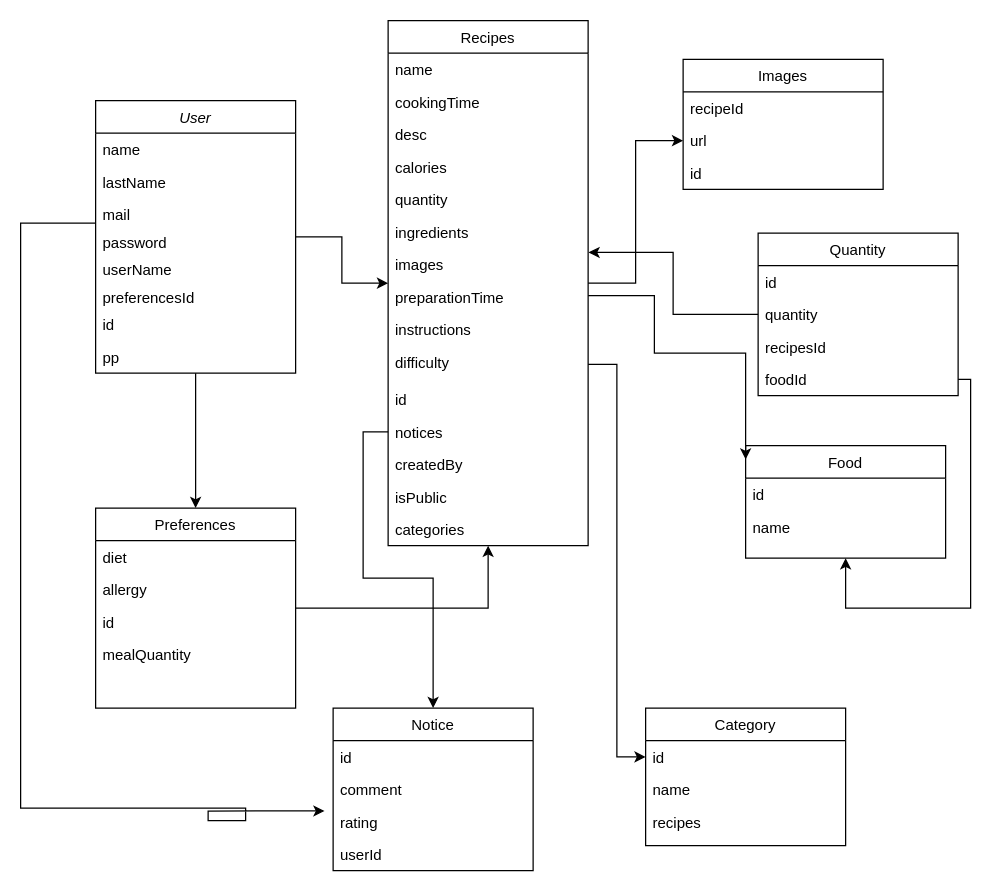
inesbrm69/Cookify keeps this draw.io diagram as Cookify.drawio. Above is the earlier version. Source tidied: cells renumbered, new cells numbered last; positions are measured from the earlier drawing's top-left corner, leaving out a move shared by most shapes. Both pictures are drawn from the tidied source at 125%, with x=0, y=0 at pixel (20, 20).
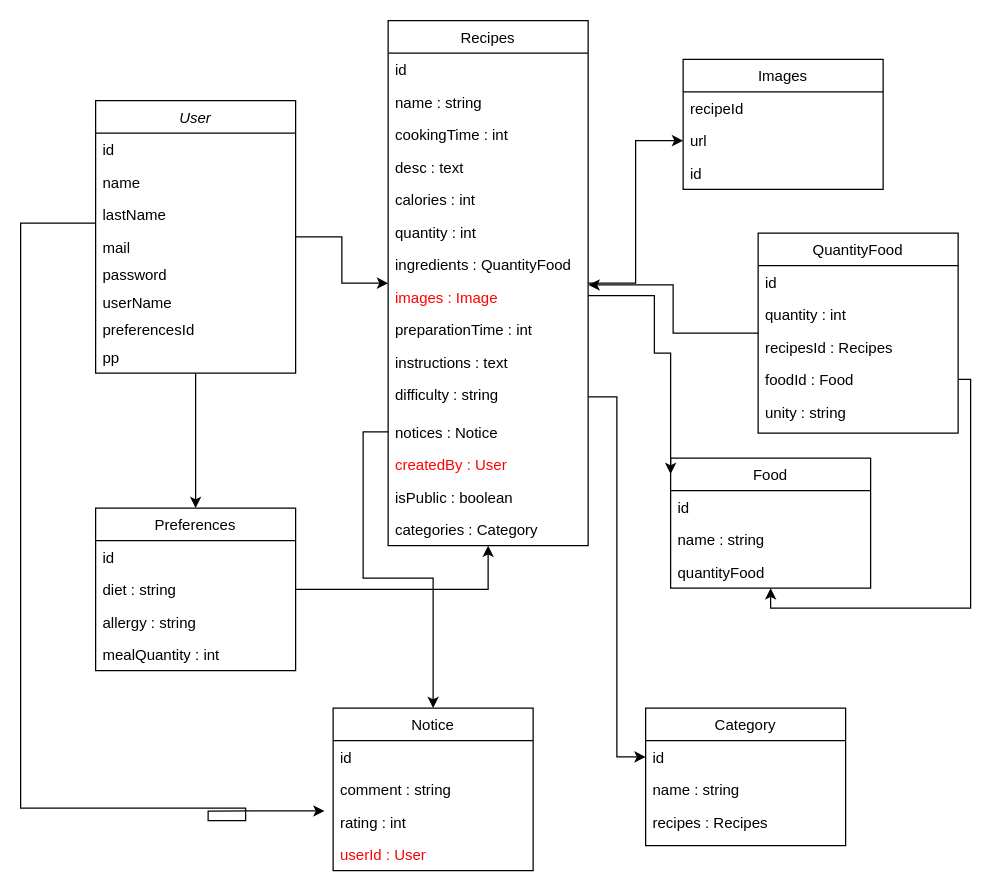
The same diagram, later.

Commit message:
Mettre à jour Cookify.drawio

Unchanged cells that the change refers to:
```xml
<mxCell id="4" value="User" style="swimlane;fontStyle=2;align=center;verticalAlign=top;horizontal=1;startSize=26;rounded=0;shadow=0;strokeWidth=1;" parent="1" vertex="1">
  <mxGeometry x="60" y="64" width="160" height="218" as="geometry" />
</mxCell>
<mxCell id="13" value="Recipes" style="swimlane;fontStyle=0;align=center;verticalAlign=top;horizontal=1;startSize=26;rounded=0;shadow=0;strokeWidth=1;" parent="1" vertex="1">
  <mxGeometry x="294" width="160" height="420" as="geometry" />
</mxCell>
<mxCell id="44" value="Notice" style="swimlane;fontStyle=0;align=center;verticalAlign=top;horizontal=1;startSize=26;rounded=0;shadow=0;strokeWidth=1;" parent="1" vertex="1">
  <mxGeometry x="250" y="550" width="160" height="130" as="geometry" />
</mxCell>
<mxCell id="51" value="Category" style="swimlane;fontStyle=0;align=center;verticalAlign=top;horizontal=1;startSize=26;rounded=0;shadow=0;strokeWidth=1;" parent="1" vertex="1">
  <mxGeometry x="500" y="550" width="160" height="110" as="geometry" />
</mxCell>
```

Diff of the diagram source:
```diff
@@
+    <mxCell id="11" value="id" style="text;align=left;verticalAlign=top;spacingLeft=4;spacingRight=4;overflow=hidden;rounded=0;shadow=0;html=0;" parent="4" vertex="1">
+      <mxGeometry y="26" width="160" height="26" as="geometry" />
+    </mxCell>
     <mxCell id="5" value="name" style="text;align=left;verticalAlign=top;spacingLeft=4;spacingRight=4;overflow=hidden;" parent="4" vertex="1">
-      <mxGeometry y="26" width="160" height="26" as="geometry" />
+      <mxGeometry y="52" width="160" height="26" as="geometry" />
     </mxCell>
     <mxCell id="6" value="lastName" style="text;align=left;verticalAlign=top;spacingLeft=4;spacingRight=4;overflow=hidden;rounded=0;shadow=0;html=0;" parent="4" vertex="1">
-      <mxGeometry y="52" width="160" height="26" as="geometry" />
+      <mxGeometry y="78" width="160" height="26" as="geometry" />
     </mxCell>
     <mxCell id="7" value="mail" style="text;align=left;verticalAlign=top;spacingLeft=4;spacingRight=4;overflow=hidden;rounded=0;shadow=0;html=0;" parent="4" vertex="1">
-      <mxGeometry y="78" width="160" height="22" as="geometry" />
+      <mxGeometry y="104" width="160" height="22" as="geometry" />
     </mxCell>
     <mxCell id="8" value="password" style="text;align=left;verticalAlign=top;spacingLeft=4;spacingRight=4;overflow=hidden;" parent="4" vertex="1">
-      <mxGeometry y="100" width="160" height="22" as="geometry" />
+      <mxGeometry y="126" width="160" height="22" as="geometry" />
     </mxCell>
     <mxCell id="9" value="userName" style="text;align=left;verticalAlign=top;spacingLeft=4;spacingRight=4;overflow=hidden;" parent="4" vertex="1">
-      <mxGeometry y="122" width="160" height="22" as="geometry" />
+      <mxGeometry y="148" width="160" height="22" as="geometry" />
     </mxCell>
     <mxCell id="10" value="preferencesId" style="text;align=left;verticalAlign=top;spacingLeft=4;spacingRight=4;overflow=hidden;" parent="4" vertex="1">
-      <mxGeometry y="144" width="160" height="22" as="geometry" />
+      <mxGeometry y="170" width="160" height="22" as="geometry" />
     </mxCell>
-    <mxCell id="11" value="id" style="text;align=left;verticalAlign=top;spacingLeft=4;spacingRight=4;overflow=hidden;rounded=0;shadow=0;html=0;" parent="4" vertex="1">
-      <mxGeometry y="166" width="160" height="26" as="geometry" />
-    </mxCell>
@@
+    <mxCell id="24" value="id" style="text;align=left;verticalAlign=top;spacingLeft=4;spacingRight=4;overflow=hidden;rounded=0;shadow=0;html=0;" parent="13" vertex="1">
+      <mxGeometry y="26" width="160" height="26" as="geometry" />
+    </mxCell>
-    <mxCell id="14" value="name" style="text;align=left;verticalAlign=top;spacingLeft=4;spacingRight=4;overflow=hidden;" parent="13" vertex="1">
-      <mxGeometry y="26" width="160" height="26" as="geometry" />
+    <mxCell id="14" value="name : string" style="text;align=left;verticalAlign=top;spacingLeft=4;spacingRight=4;overflow=hidden;" parent="13" vertex="1">
+      <mxGeometry y="52" width="160" height="26" as="geometry" />
     </mxCell>
-    <mxCell id="15" value="cookingTime" style="text;align=left;verticalAlign=top;spacingLeft=4;spacingRight=4;overflow=hidden;rounded=0;shadow=0;html=0;" parent="13" vertex="1">
-      <mxGeometry y="52" width="160" height="26" as="geometry" />
+    <mxCell id="15" value="cookingTime : int" style="text;align=left;verticalAlign=top;spacingLeft=4;spacingRight=4;overflow=hidden;rounded=0;shadow=0;html=0;" parent="13" vertex="1">
+      <mxGeometry y="78" width="160" height="26" as="geometry" />
     </mxCell>
-    <mxCell id="16" value="desc" style="text;align=left;verticalAlign=top;spacingLeft=4;spacingRight=4;overflow=hidden;rounded=0;shadow=0;html=0;" parent="13" vertex="1">
-      <mxGeometry y="78" width="160" height="26" as="geometry" />
+    <mxCell id="16" value="desc : text" style="text;align=left;verticalAlign=top;spacingLeft=4;spacingRight=4;overflow=hidden;rounded=0;shadow=0;html=0;" parent="13" vertex="1">
+      <mxGeometry y="104" width="160" height="26" as="geometry" />
     </mxCell>
-    <mxCell id="17" value="calories" style="text;align=left;verticalAlign=top;spacingLeft=4;spacingRight=4;overflow=hidden;rounded=0;shadow=0;html=0;" parent="13" vertex="1">
-      <mxGeometry y="104" width="160" height="26" as="geometry" />
+    <mxCell id="17" value="calories : int" style="text;align=left;verticalAlign=top;spacingLeft=4;spacingRight=4;overflow=hidden;rounded=0;shadow=0;html=0;" parent="13" vertex="1">
+      <mxGeometry y="130" width="160" height="26" as="geometry" />
     </mxCell>
-    <mxCell id="18" value="quantity" style="text;align=left;verticalAlign=top;spacingLeft=4;spacingRight=4;overflow=hidden;rounded=0;shadow=0;html=0;" parent="13" vertex="1">
-      <mxGeometry y="130" width="160" height="26" as="geometry" />
+    <mxCell id="18" value="quantity : int" style="text;align=left;verticalAlign=top;spacingLeft=4;spacingRight=4;overflow=hidden;rounded=0;shadow=0;html=0;" parent="13" vertex="1">
+      <mxGeometry y="156" width="160" height="26" as="geometry" />
     </mxCell>
-    <mxCell id="19" value="ingredients" style="text;align=left;verticalAlign=top;spacingLeft=4;spacingRight=4;overflow=hidden;rounded=0;shadow=0;html=0;" parent="13" vertex="1">
-      <mxGeometry y="156" width="160" height="26" as="geometry" />
+    <mxCell id="19" value="ingredients : QuantityFood" style="text;align=left;verticalAlign=top;spacingLeft=4;spacingRight=4;overflow=hidden;rounded=0;shadow=0;html=0;fontColor=light-dark(#000000, #ff8c83);" parent="13" vertex="1">
+      <mxGeometry y="182" width="160" height="26" as="geometry" />
     </mxCell>
-    <mxCell id="20" value="images" style="text;align=left;verticalAlign=top;spacingLeft=4;spacingRight=4;overflow=hidden;points=[[0,0.5],[1,0.5]];portConstraint=eastwest;rounded=0;shadow=0;html=0;" parent="13" vertex="1">
-      <mxGeometry y="182" width="160" height="26" as="geometry" />
+    <mxCell id="20" value="images : Image" style="text;align=left;verticalAlign=top;spacingLeft=4;spacingRight=4;overflow=hidden;points=[[0,0.5],[1,0.5]];portConstraint=eastwest;rounded=0;shadow=0;html=0;fontColor=#FF0000;" parent="13" vertex="1">
+      <mxGeometry y="208" width="160" height="26" as="geometry" />
     </mxCell>
-    <mxCell id="21" value="preparationTime" style="text;align=left;verticalAlign=top;spacingLeft=4;spacingRight=4;overflow=hidden;rounded=0;shadow=0;html=0;" parent="13" vertex="1">
-      <mxGeometry y="208" width="160" height="26" as="geometry" />
+    <mxCell id="21" value="preparationTime : int" style="text;align=left;verticalAlign=top;spacingLeft=4;spacingRight=4;overflow=hidden;rounded=0;shadow=0;html=0;" parent="13" vertex="1">
+      <mxGeometry y="234" width="160" height="26" as="geometry" />
     </mxCell>
-    <mxCell id="22" value="instructions" style="text;align=left;verticalAlign=top;spacingLeft=4;spacingRight=4;overflow=hidden;rounded=0;shadow=0;html=0;" parent="13" vertex="1">
-      <mxGeometry y="234" width="160" height="26" as="geometry" />
+    <mxCell id="22" value="instructions : text" style="text;align=left;verticalAlign=top;spacingLeft=4;spacingRight=4;overflow=hidden;rounded=0;shadow=0;html=0;" parent="13" vertex="1">
+      <mxGeometry y="260" width="160" height="26" as="geometry" />
     </mxCell>
-    <mxCell id="23" value="difficulty" style="text;align=left;verticalAlign=top;spacingLeft=4;spacingRight=4;overflow=hidden;points=[[0,0.5],[1,0.5]];portConstraint=eastwest;rounded=0;shadow=0;html=0;" parent="13" vertex="1">
-      <mxGeometry y="260" width="160" height="30" as="geometry" />
+    <mxCell id="23" value="difficulty : string" style="text;align=left;verticalAlign=top;spacingLeft=4;spacingRight=4;overflow=hidden;points=[[0,0.5],[1,0.5]];portConstraint=eastwest;rounded=0;shadow=0;html=0;" parent="13" vertex="1">
+      <mxGeometry y="286" width="160" height="30" as="geometry" />
     </mxCell>
-    <mxCell id="24" value="id" style="text;align=left;verticalAlign=top;spacingLeft=4;spacingRight=4;overflow=hidden;rounded=0;shadow=0;html=0;" parent="13" vertex="1">
-      <mxGeometry y="290" width="160" height="26" as="geometry" />
-    </mxCell>
-    <mxCell id="25" value="notices" style="text;align=left;verticalAlign=top;spacingLeft=4;spacingRight=4;overflow=hidden;points=[[0,0.5],[1,0.5]];portConstraint=eastwest;rounded=0;shadow=0;html=0;" parent="13" vertex="1">
+    <mxCell id="25" value="notices : Notice" style="text;align=left;verticalAlign=top;spacingLeft=4;spacingRight=4;overflow=hidden;points=[[0,0.5],[1,0.5]];portConstraint=eastwest;rounded=0;shadow=0;html=0;fontColor=light-dark(#000000, #ff9090);" parent="13" vertex="1">
       <mxGeometry y="316" width="160" height="26" as="geometry" />
     </mxCell>
-    <mxCell id="26" value="createdBy" style="text;align=left;verticalAlign=top;spacingLeft=4;spacingRight=4;overflow=hidden;rounded=0;shadow=0;html=0;" parent="13" vertex="1">
+    <mxCell id="26" value="createdBy : User" style="text;align=left;verticalAlign=top;spacingLeft=4;spacingRight=4;overflow=hidden;rounded=0;shadow=0;html=0;fontColor=#FF0000;" parent="13" vertex="1">
       <mxGeometry y="342" width="160" height="26" as="geometry" />
     </mxCell>
-    <mxCell id="27" value="isPublic" style="text;align=left;verticalAlign=top;spacingLeft=4;spacingRight=4;overflow=hidden;rounded=0;shadow=0;html=0;" parent="13" vertex="1">
+    <mxCell id="27" value="isPublic : boolean" style="text;align=left;verticalAlign=top;spacingLeft=4;spacingRight=4;overflow=hidden;rounded=0;shadow=0;html=0;" parent="13" vertex="1">
       <mxGeometry y="368" width="160" height="26" as="geometry" />
     </mxCell>
-    <mxCell id="28" value="categories" style="text;align=left;verticalAlign=top;spacingLeft=4;spacingRight=4;overflow=hidden;rounded=0;shadow=0;html=0;" parent="13" vertex="1">
+    <mxCell id="28" value="categories : Category" style="text;align=left;verticalAlign=top;spacingLeft=4;spacingRight=4;overflow=hidden;rounded=0;shadow=0;html=0;fontColor=light-dark(#000000,#FF8C83);" parent="13" vertex="1">
       <mxGeometry y="394" width="160" height="26" as="geometry" />
     </mxCell>
@@
     <mxCell id="30" value="Preferences" style="swimlane;fontStyle=0;align=center;verticalAlign=top;horizontal=1;startSize=26;rounded=0;shadow=0;strokeWidth=1;" parent="1" vertex="1">
-      <mxGeometry x="60" y="390" width="160" height="160" as="geometry" />
+      <mxGeometry x="60" y="390" width="160" height="130" as="geometry" />
     </mxCell>
+    <mxCell id="33" value="id" style="text;align=left;verticalAlign=top;spacingLeft=4;spacingRight=4;overflow=hidden;rounded=0;shadow=0;html=0;" parent="30" vertex="1">
+      <mxGeometry y="26" width="160" height="26" as="geometry" />
+    </mxCell>
-    <mxCell id="31" value="diet" style="text;align=left;verticalAlign=top;spacingLeft=4;spacingRight=4;overflow=hidden;" parent="30" vertex="1">
-      <mxGeometry y="26" width="160" height="26" as="geometry" />
+    <mxCell id="31" value="diet : string" style="text;align=left;verticalAlign=top;spacingLeft=4;spacingRight=4;overflow=hidden;" parent="30" vertex="1">
+      <mxGeometry y="52" width="160" height="26" as="geometry" />
     </mxCell>
-    <mxCell id="32" value="allergy" style="text;align=left;verticalAlign=top;spacingLeft=4;spacingRight=4;overflow=hidden;rounded=0;shadow=0;html=0;" parent="30" vertex="1">
-      <mxGeometry y="52" width="160" height="26" as="geometry" />
+    <mxCell id="32" value="allergy : string" style="text;align=left;verticalAlign=top;spacingLeft=4;spacingRight=4;overflow=hidden;rounded=0;shadow=0;html=0;" parent="30" vertex="1">
+      <mxGeometry y="78" width="160" height="26" as="geometry" />
     </mxCell>
-    <mxCell id="33" value="id" style="text;align=left;verticalAlign=top;spacingLeft=4;spacingRight=4;overflow=hidden;rounded=0;shadow=0;html=0;" parent="30" vertex="1">
-      <mxGeometry y="78" width="160" height="26" as="geometry" />
-    </mxCell>
-    <mxCell id="34" value="mealQuantity" style="text;align=left;verticalAlign=top;spacingLeft=4;spacingRight=4;overflow=hidden;rounded=0;shadow=0;html=0;" parent="30" vertex="1">
+    <mxCell id="34" value="mealQuantity : int" style="text;align=left;verticalAlign=top;spacingLeft=4;spacingRight=4;overflow=hidden;rounded=0;shadow=0;html=0;" parent="30" vertex="1">
       <mxGeometry y="104" width="160" height="26" as="geometry" />
     </mxCell>
@@
     <mxCell id="40" value="Food" style="swimlane;fontStyle=0;align=center;verticalAlign=top;horizontal=1;startSize=26;rounded=0;shadow=0;strokeWidth=1;" parent="1" vertex="1">
-      <mxGeometry x="580" y="340" width="160" height="90" as="geometry" />
+      <mxGeometry x="520" y="350" width="160" height="104" as="geometry" />
     </mxCell>
@@
-    <mxCell id="42" value="name" style="text;align=left;verticalAlign=top;spacingLeft=4;spacingRight=4;overflow=hidden;rounded=0;shadow=0;html=0;" parent="40" vertex="1">
+    <mxCell id="42" value="name : string" style="text;align=left;verticalAlign=top;spacingLeft=4;spacingRight=4;overflow=hidden;rounded=0;shadow=0;html=0;" parent="40" vertex="1">
       <mxGeometry y="52" width="160" height="26" as="geometry" />
     </mxCell>
+    <mxCell id="63" value="quantityFood" style="text;align=left;verticalAlign=top;spacingLeft=4;spacingRight=4;overflow=hidden;rounded=0;shadow=0;html=0;" parent="40" vertex="1">
+      <mxGeometry y="78" width="160" height="26" as="geometry" />
+    </mxCell>
@@
-    <mxCell id="46" value="comment" style="text;align=left;verticalAlign=top;spacingLeft=4;spacingRight=4;overflow=hidden;rounded=0;shadow=0;html=0;" parent="44" vertex="1">
+    <mxCell id="46" value="comment : string" style="text;align=left;verticalAlign=top;spacingLeft=4;spacingRight=4;overflow=hidden;rounded=0;shadow=0;html=0;" parent="44" vertex="1">
       <mxGeometry y="52" width="160" height="26" as="geometry" />
     </mxCell>
-    <mxCell id="47" value="rating" style="text;align=left;verticalAlign=top;spacingLeft=4;spacingRight=4;overflow=hidden;points=[[0,0.5],[1,0.5]];portConstraint=eastwest;rounded=0;shadow=0;html=0;" parent="44" vertex="1">
+    <mxCell id="47" value="rating : int" style="text;align=left;verticalAlign=top;spacingLeft=4;spacingRight=4;overflow=hidden;points=[[0,0.5],[1,0.5]];portConstraint=eastwest;rounded=0;shadow=0;html=0;" parent="44" vertex="1">
       <mxGeometry y="78" width="160" height="26" as="geometry" />
     </mxCell>
-    <mxCell id="48" value="userId" style="text;align=left;verticalAlign=top;spacingLeft=4;spacingRight=4;overflow=hidden;rounded=0;shadow=0;html=0;" parent="44" vertex="1">
+    <mxCell id="48" value="userId : User" style="text;align=left;verticalAlign=top;spacingLeft=4;spacingRight=4;overflow=hidden;rounded=0;shadow=0;html=0;fontColor=#FF0000;" parent="44" vertex="1">
       <mxGeometry y="104" width="160" height="26" as="geometry" />
     </mxCell>
@@
-    <mxCell id="53" value="name" style="text;align=left;verticalAlign=top;spacingLeft=4;spacingRight=4;overflow=hidden;rounded=0;shadow=0;html=0;" parent="51" vertex="1">
+    <mxCell id="53" value="name : string" style="text;align=left;verticalAlign=top;spacingLeft=4;spacingRight=4;overflow=hidden;rounded=0;shadow=0;html=0;" parent="51" vertex="1">
       <mxGeometry y="52" width="160" height="26" as="geometry" />
     </mxCell>
-    <mxCell id="54" value="recipes" style="text;align=left;verticalAlign=top;spacingLeft=4;spacingRight=4;overflow=hidden;rounded=0;shadow=0;html=0;" parent="51" vertex="1">
+    <mxCell id="54" value="recipes : Recipes" style="text;align=left;verticalAlign=top;spacingLeft=4;spacingRight=4;overflow=hidden;rounded=0;shadow=0;html=0;" parent="51" vertex="1">
       <mxGeometry y="78" width="160" height="32" as="geometry" />
     </mxCell>
@@
-    <mxCell id="56" value="Quantity" style="swimlane;fontStyle=0;align=center;verticalAlign=top;horizontal=1;startSize=26;rounded=0;shadow=0;strokeWidth=1;" parent="1" vertex="1">
-      <mxGeometry x="590" y="170" width="160" height="130" as="geometry" />
+    <mxCell id="56" value="QuantityFood" style="swimlane;fontStyle=0;align=center;verticalAlign=top;horizontal=1;startSize=26;rounded=0;shadow=0;strokeWidth=1;" parent="1" vertex="1">
+      <mxGeometry x="590" y="170" width="160" height="160" as="geometry" />
     </mxCell>
@@
-    <mxCell id="58" value="quantity" style="text;align=left;verticalAlign=top;spacingLeft=4;spacingRight=4;overflow=hidden;rounded=0;shadow=0;html=0;" parent="56" vertex="1">
+    <mxCell id="58" value="quantity : int" style="text;align=left;verticalAlign=top;spacingLeft=4;spacingRight=4;overflow=hidden;rounded=0;shadow=0;html=0;" parent="56" vertex="1">
       <mxGeometry y="52" width="160" height="26" as="geometry" />
     </mxCell>
-    <mxCell id="59" value="recipesId" style="text;align=left;verticalAlign=top;spacingLeft=4;spacingRight=4;overflow=hidden;rounded=0;shadow=0;html=0;" parent="56" vertex="1">
+    <mxCell id="59" value="recipesId : Recipes" style="text;align=left;verticalAlign=top;spacingLeft=4;spacingRight=4;overflow=hidden;rounded=0;shadow=0;html=0;" parent="56" vertex="1">
       <mxGeometry y="78" width="160" height="26" as="geometry" />
     </mxCell>
-    <mxCell id="60" value="foodId" style="text;align=left;verticalAlign=top;spacingLeft=4;spacingRight=4;overflow=hidden;points=[[0,0.5],[1,0.5]];portConstraint=eastwest;rounded=0;shadow=0;html=0;" parent="56" vertex="1">
+    <mxCell id="60" value="foodId : Food" style="text;align=left;verticalAlign=top;spacingLeft=4;spacingRight=4;overflow=hidden;points=[[0,0.5],[1,0.5]];portConstraint=eastwest;rounded=0;shadow=0;html=0;" parent="56" vertex="1">
       <mxGeometry y="104" width="160" height="26" as="geometry" />
     </mxCell>
+    <mxCell id="64" value="unity : string" style="text;align=left;verticalAlign=top;spacingLeft=4;spacingRight=4;overflow=hidden;rounded=0;shadow=0;html=0;" parent="56" vertex="1">
+      <mxGeometry y="130" width="160" height="26" as="geometry" />
+    </mxCell>
@@
     <mxCell id="62" style="edgeStyle=orthogonalEdgeStyle;rounded=0;jettySize=auto;html=1;entryX=0.5;entryY=1;entryDx=0;entryDy=0;exitX=1;exitY=0.5;exitDx=0;exitDy=0;" parent="1" edge="1" source="60" target="40">
       <mxGeometry relative="1" as="geometry">
         <Array as="points">
           <mxPoint x="760" y="287" />
           <mxPoint x="760" y="470" />
-          <mxPoint x="660" y="470" />
+          <mxPoint x="600" y="470" />
         </Array>
       </mxGeometry>
     </mxCell>
```
